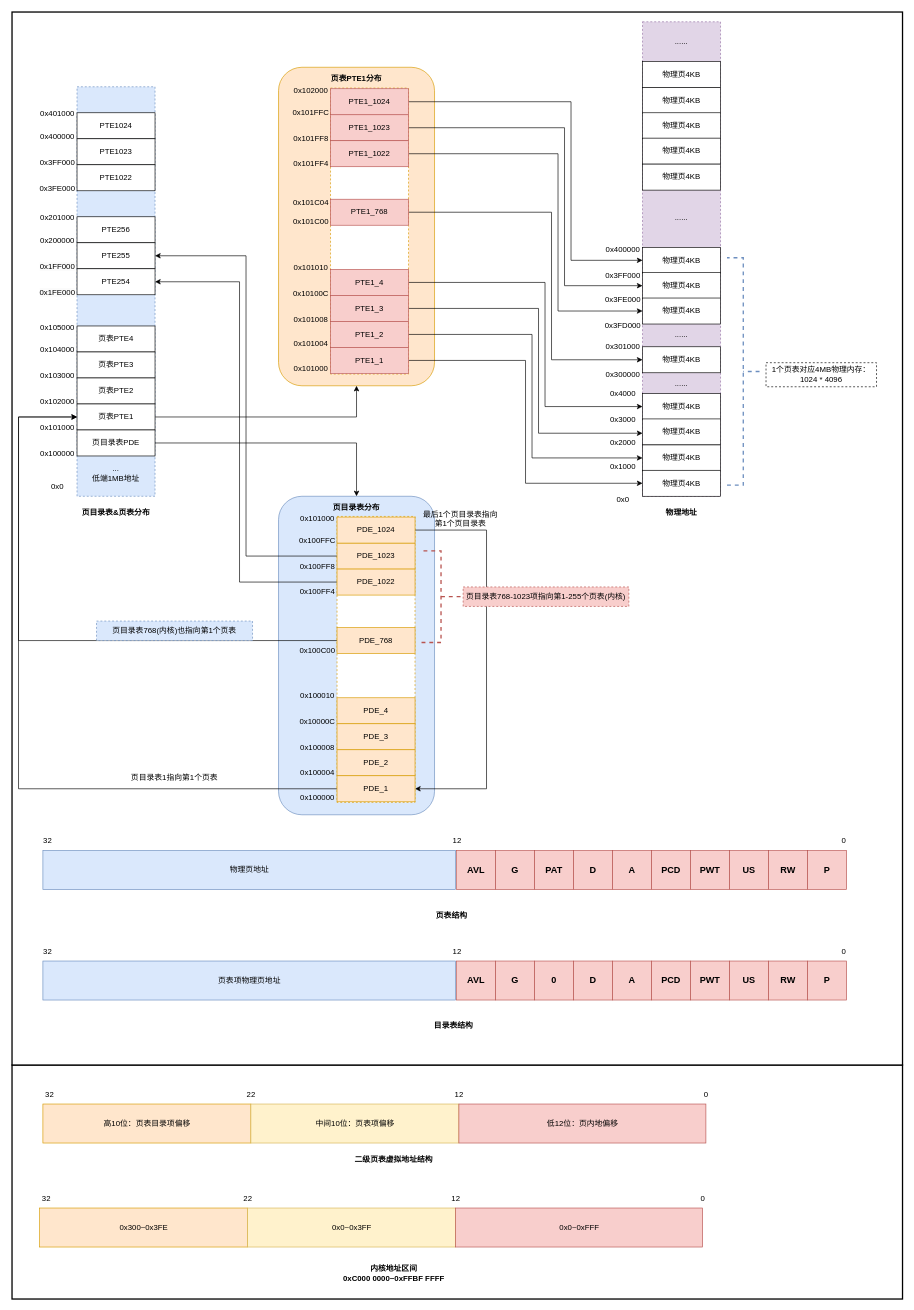
Atuboaabu/MyOS keeps this draw.io diagram as page "页表" (1 of 2) of 附录/操作系统.drawio. Above is the earlier version. Source tidied: cells renumbered, new cells numbered last; positions are measured from the earlier drawing's top-left corner, leaving out a move shared by most shapes. Both pictures are drawn from the tidied source at 65%, with x=0, y=0 at pixel (12, 12).
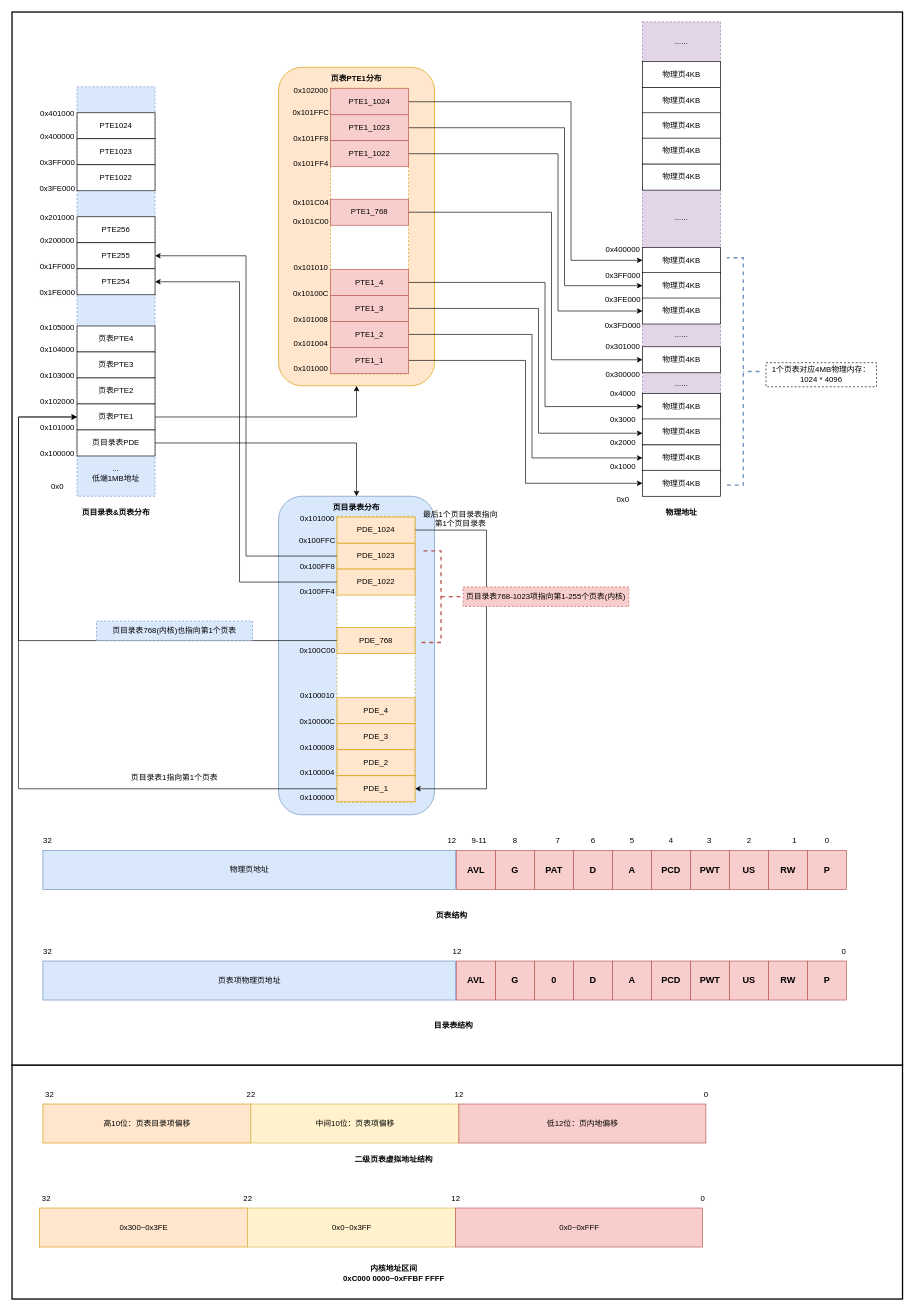
After the change.

Commit message (it also covers changes not shown here):
内存管理系统结构图

The edit, as a diff of the source:
```diff
@@
     <mxCell id="146" value="0" style="text;html=1;align=center;verticalAlign=middle;whiteSpace=wrap;rounded=0;" parent="1" vertex="1">
-      <mxGeometry x="1250" y="1260" width="60" height="30" as="geometry" />
+      <mxGeometry x="1234" y="1260" width="40" height="30" as="geometry" />
     </mxCell>
     <mxCell id="147" value="12" style="text;html=1;align=center;verticalAlign=middle;whiteSpace=wrap;rounded=0;" parent="1" vertex="1">
-      <mxGeometry x="655" y="1260" width="60" height="30" as="geometry" />
+      <mxGeometry x="646.9" y="1260" width="60" height="30" as="geometry" />
     </mxCell>
@@
+    <mxCell id="174" value="1" style="text;html=1;align=center;verticalAlign=middle;whiteSpace=wrap;rounded=0;" parent="1" vertex="1">
+      <mxGeometry x="1184" y="1260" width="40" height="30" as="geometry" />
+    </mxCell>
+    <mxCell id="175" value="2" style="text;html=1;align=center;verticalAlign=middle;whiteSpace=wrap;rounded=0;" parent="1" vertex="1">
+      <mxGeometry x="1114" y="1260" width="40" height="30" as="geometry" />
+    </mxCell>
+    <mxCell id="176" value="3" style="text;html=1;align=center;verticalAlign=middle;whiteSpace=wrap;rounded=0;" parent="1" vertex="1">
+      <mxGeometry x="1052.5" y="1260" width="40" height="30" as="geometry" />
+    </mxCell>
+    <mxCell id="177" value="4" style="text;html=1;align=center;verticalAlign=middle;whiteSpace=wrap;rounded=0;" parent="1" vertex="1">
+      <mxGeometry x="994" y="1260" width="40" height="30" as="geometry" />
+    </mxCell>
+    <mxCell id="178" value="5" style="text;html=1;align=center;verticalAlign=middle;whiteSpace=wrap;rounded=0;" parent="1" vertex="1">
+      <mxGeometry x="934" y="1260" width="40" height="30" as="geometry" />
+    </mxCell>
+    <mxCell id="179" value="6" style="text;html=1;align=center;verticalAlign=middle;whiteSpace=wrap;rounded=0;" parent="1" vertex="1">
+      <mxGeometry x="874" y="1260" width="40" height="30" as="geometry" />
+    </mxCell>
+    <mxCell id="180" value="7" style="text;html=1;align=center;verticalAlign=middle;whiteSpace=wrap;rounded=0;" parent="1" vertex="1">
+      <mxGeometry x="820" y="1260" width="40" height="30" as="geometry" />
+    </mxCell>
+    <mxCell id="181" value="8" style="text;html=1;align=center;verticalAlign=middle;whiteSpace=wrap;rounded=0;" parent="1" vertex="1">
+      <mxGeometry x="754" y="1260" width="40" height="30" as="geometry" />
+    </mxCell>
+    <mxCell id="182" value="9-11" style="text;html=1;align=center;verticalAlign=middle;whiteSpace=wrap;rounded=0;" parent="1" vertex="1">
+      <mxGeometry x="698.8" y="1260" width="40" height="30" as="geometry" />
+    </mxCell>
```
